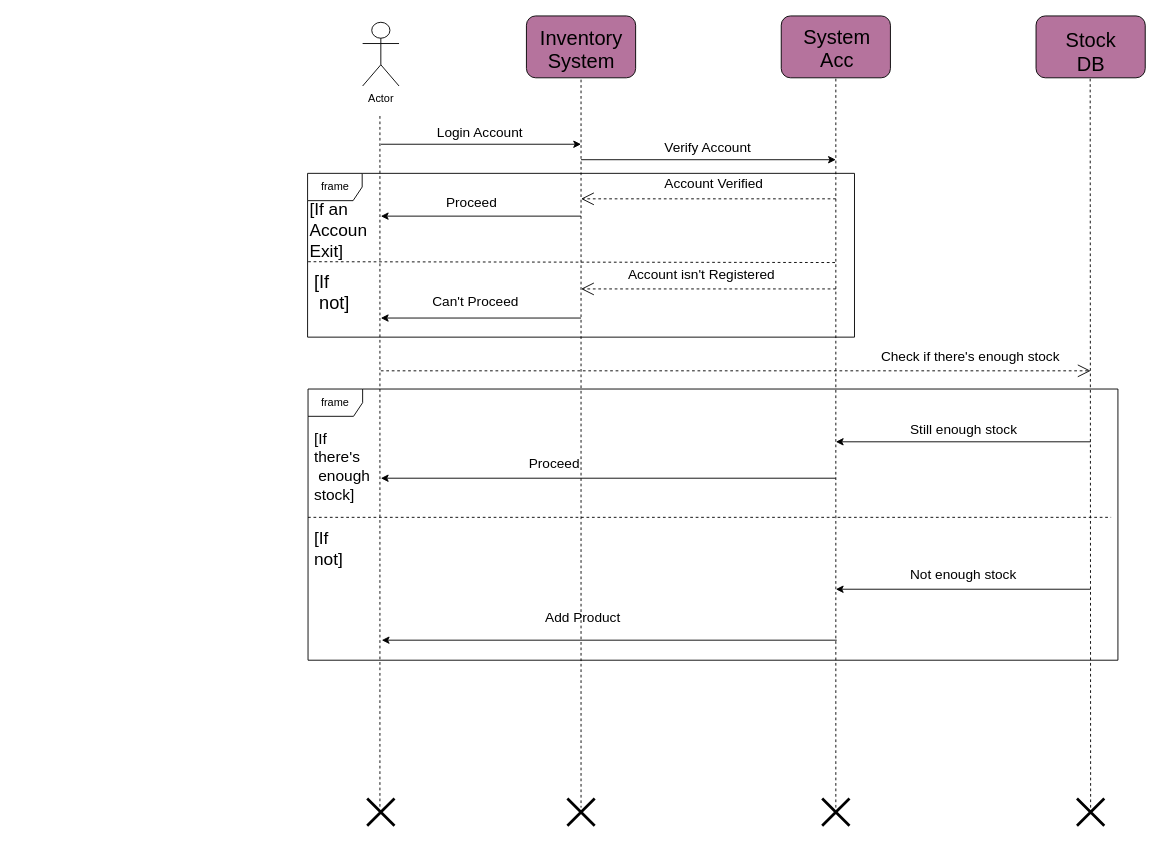
Before: sequencediagram.drawio in YouCodeSchool/ShopNow, a draw.io diagram. Source tidied: cells renumbered, new cells numbered last; positions are measured from the earlier drawing's top-left corner, leaving out a move shared by most shapes. Both pictures are drawn from the tidied source at 91%, with x=0, y=0 at pixel (308, 15).
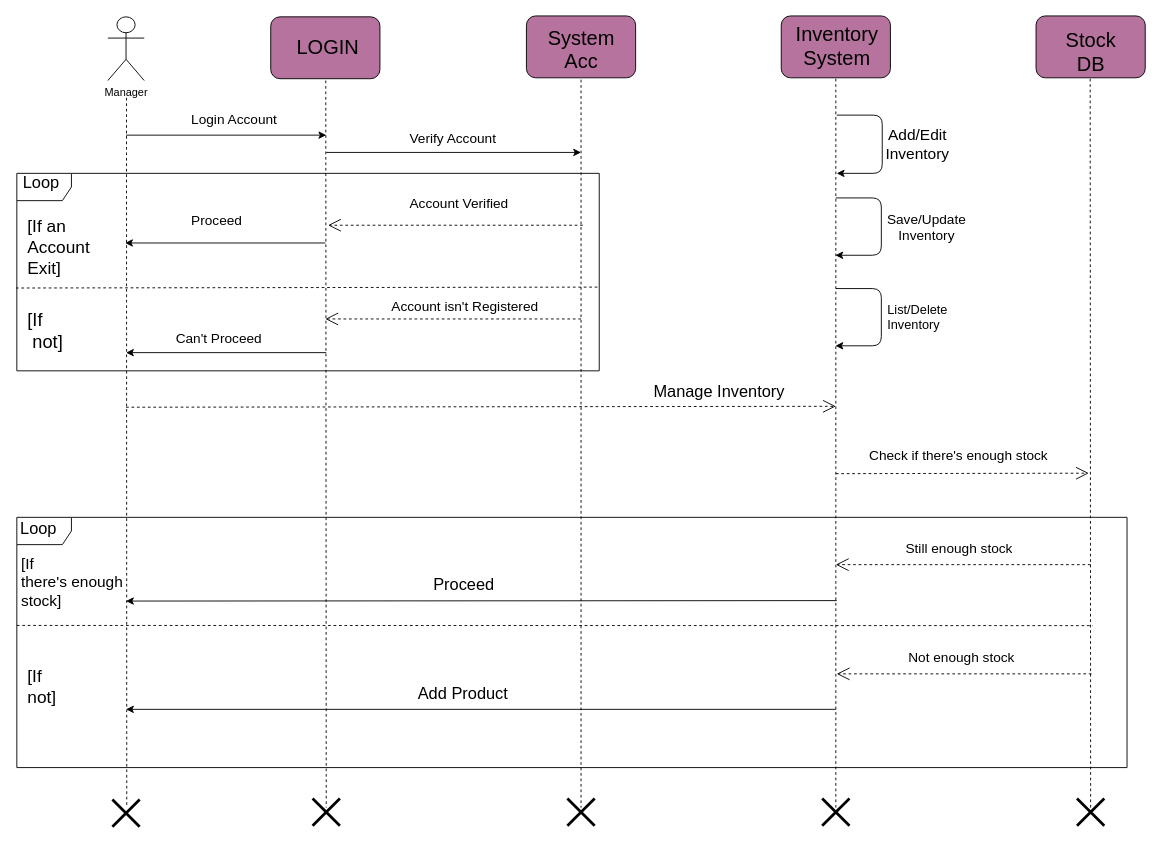
The same diagram, later.

The edit, as a diff of the source:
```diff
@@
-    <mxCell id="2" value="Actor" style="shape=umlActor;verticalLabelPosition=bottom;labelBackgroundColor=#ffffff;verticalAlign=top;html=1;" parent="1" vertex="1">
-      <mxGeometry x="60" y="7" width="40" height="70" as="geometry" />
+    <mxCell id="2" value="Manager" style="shape=umlActor;verticalLabelPosition=bottom;labelBackgroundColor=#ffffff;verticalAlign=top;html=1;" parent="1" vertex="1">
+      <mxGeometry x="-220" y="1" width="40" height="70" as="geometry" />
     </mxCell>
@@
-    <mxCell id="4" value="&lt;font style=&quot;font-size: 22px&quot;&gt;Inventory&lt;br&gt;System&lt;/font&gt;" style="text;html=1;align=center;verticalAlign=top;spacingTop=-4;fillColor=none;" parent="1" vertex="1">
-      <mxGeometry x="245" y="9" width="110" height="40" as="geometry" />
+    <mxCell id="4" value="&lt;span style=&quot;font-size: 22px&quot;&gt;System &lt;br&gt;Acc&lt;/span&gt;" style="text;html=1;align=center;verticalAlign=top;spacingTop=-4;fillColor=none;" parent="1" vertex="1">
+      <mxGeometry x="255" y="9" width="90" height="40" as="geometry" />
     </mxCell>
@@
-    <mxCell id="7" value="&lt;font style=&quot;font-size: 22px&quot;&gt;System&lt;br&gt;Acc&lt;/font&gt;" style="text;html=1;align=center;verticalAlign=top;spacingTop=-4;" parent="1" vertex="1">
-      <mxGeometry x="536" y="8" width="90" height="40" as="geometry" />
+    <mxCell id="7" value="&lt;span style=&quot;font-size: 22px&quot;&gt;Inventory &lt;br&gt;System&lt;/span&gt;" style="text;html=1;align=center;verticalAlign=top;spacingTop=-4;" parent="1" vertex="1">
+      <mxGeometry x="526" y="5" width="110" height="40" as="geometry" />
     </mxCell>
@@
     <mxCell id="10" style="endArrow=classic;html=1;" parent="1" edge="1">
       <mxGeometry relative="1" as="geometry">
-        <mxPoint x="80" y="141" as="sourcePoint" />
-        <mxPoint x="300" y="141" as="targetPoint" />
+        <mxPoint x="-200" y="131" as="sourcePoint" />
+        <mxPoint x="20" y="131" as="targetPoint" />
       </mxGeometry>
     </mxCell>
     <mxCell id="11" value="&lt;font style=&quot;font-size: 15px&quot;&gt;Login Account&lt;/font&gt;" style="text;html=1;align=left;verticalAlign=top;spacingTop=-4;" parent="1" vertex="1">
-      <mxGeometry x="140" y="116" width="110" height="20" as="geometry" />
+      <mxGeometry x="-130" y="102" width="110" height="20" as="geometry" />
     </mxCell>
@@
     <mxCell id="14" style="endArrow=classic;html=1;" parent="1" edge="1">
       <mxGeometry relative="1" as="geometry">
-        <mxPoint x="300" y="158" as="sourcePoint" />
-        <mxPoint x="580" y="158" as="targetPoint" />
+        <mxPoint x="20" y="150" as="sourcePoint" />
+        <mxPoint x="300" y="150" as="targetPoint" />
       </mxGeometry>
     </mxCell>
     <mxCell id="15" value="&lt;font style=&quot;font-size: 15px&quot;&gt;Verify Account&lt;/font&gt;" style="text;html=1;align=left;verticalAlign=top;spacingTop=-4;" parent="1" vertex="1">
-      <mxGeometry x="390" y="133" width="110" height="20" as="geometry" />
+      <mxGeometry x="110" y="122.5" width="110" height="20" as="geometry" />
     </mxCell>
-    <mxCell id="16" style="endArrow=none;dashed=1;html=1;" parent="1" edge="1">
+    <mxCell id="16" style="endArrow=none;dashed=1;html=1;entryX=0.492;entryY=0.296;entryDx=0;entryDy=0;entryPerimeter=0;" parent="1" edge="1">
       <mxGeometry relative="1" as="geometry">
-        <mxPoint x="79" y="110" as="sourcePoint" />
-        <mxPoint x="79" y="870" as="targetPoint" />
+        <mxPoint x="-199.5" y="90" as="sourcePoint" />
+        <mxPoint x="-199.2" y="869.9" as="targetPoint" />
       </mxGeometry>
     </mxCell>
-    <mxCell id="17" value="frame" style="shape=umlFrame;whiteSpace=wrap;html=1;fillColor=none;" parent="1" vertex="1">
-      <mxGeometry x="-0.5" y="173" width="601" height="180" as="geometry" />
+    <mxCell id="17" style="shape=umlFrame;whiteSpace=wrap;html=1;fillColor=none;" parent="1" vertex="1">
+      <mxGeometry x="-320" y="173" width="640" height="217" as="geometry" />
     </mxCell>
-    <mxCell id="18" style="endArrow=none;dashed=1;html=1;entryX=0.981;entryY=0.278;entryDx=0;entryDy=0;entryPerimeter=0;exitX=0.001;exitY=0.406;exitDx=0;exitDy=0;exitPerimeter=0;" parent="1" edge="1">
+    <mxCell id="18" style="endArrow=none;dashed=1;html=1;" parent="1" edge="1">
       <mxGeometry relative="1" as="geometry">
-        <mxPoint x="0.1" y="270.1" as="sourcePoint" />
-        <mxPoint x="579.8" y="271" as="targetPoint" />
+        <mxPoint x="-321" y="299" as="sourcePoint" />
+        <mxPoint x="320" y="298" as="targetPoint" />
       </mxGeometry>
     </mxCell>
     <mxCell id="19" style="endArrow=open;endSize=12;dashed=1;html=1;" parent="1" edge="1">
       <mxGeometry x="-0.12" relative="1" as="geometry">
-        <mxPoint x="580" y="201" as="sourcePoint" />
-        <mxPoint x="300" y="201" as="targetPoint" />
+        <mxPoint x="302" y="230" as="sourcePoint" />
+        <mxPoint x="22" y="230" as="targetPoint" />
       </mxGeometry>
     </mxCell>
-    <mxCell id="20" value="&lt;font style=&quot;font-size: 15px&quot;&gt;Account Verified&lt;/font&gt;" style="text;html=1;align=left;verticalAlign=top;spacingTop=-4;" parent="1" vertex="1">
-      <mxGeometry x="390" y="173" width="120" height="20" as="geometry" />
-    </mxCell>
     <mxCell id="21" style="endArrow=classic;html=1;" parent="1" edge="1">
       <mxGeometry relative="1" as="geometry">
-        <mxPoint x="300" y="220" as="sourcePoint" />
-        <mxPoint x="80" y="220" as="targetPoint" />
+        <mxPoint x="19" y="249.5" as="sourcePoint" />
+        <mxPoint x="-201" y="249.5" as="targetPoint" />
       </mxGeometry>
     </mxCell>
     <mxCell id="22" value="&lt;font style=&quot;font-size: 15px&quot;&gt;Proceed&lt;/font&gt;" style="text;html=1;align=left;verticalAlign=top;spacingTop=-4;" parent="1" vertex="1">
-      <mxGeometry x="150" y="193" width="70" height="20" as="geometry" />
+      <mxGeometry x="-130" y="212.5" width="70" height="20" as="geometry" />
     </mxCell>
     <mxCell id="23" style="endArrow=open;endSize=12;dashed=1;html=1;" parent="1" edge="1">
       <mxGeometry x="-0.12" relative="1" as="geometry">
-        <mxPoint x="580" y="300" as="sourcePoint" />
-        <mxPoint x="300" y="300" as="targetPoint" />
+        <mxPoint x="300" y="333" as="sourcePoint" />
+        <mxPoint x="19" y="333" as="targetPoint" />
       </mxGeometry>
     </mxCell>
     <mxCell id="24" value="&lt;font style=&quot;font-size: 15px&quot;&gt;Account isn't Registered&lt;/font&gt;" style="text;html=1;align=left;verticalAlign=top;spacingTop=-4;" parent="1" vertex="1">
-      <mxGeometry x="350" y="273" width="180" height="20" as="geometry" />
+      <mxGeometry x="90" y="307.5" width="180" height="20" as="geometry" />
     </mxCell>
     <mxCell id="25" style="endArrow=classic;html=1;" parent="1" edge="1">
       <mxGeometry relative="1" as="geometry">
-        <mxPoint x="300" y="332" as="sourcePoint" />
-        <mxPoint x="80" y="332" as="targetPoint" />
+        <mxPoint x="20" y="370" as="sourcePoint" />
+        <mxPoint x="-200" y="370" as="targetPoint" />
         <Array as="points">
-          <mxPoint x="300" y="332" />
+          <mxPoint x="20" y="370" />
         </Array>
       </mxGeometry>
     </mxCell>
     <mxCell id="26" value="&lt;font style=&quot;font-size: 15px&quot;&gt;Can't Proceed&lt;/font&gt;" style="text;html=1;align=left;verticalAlign=top;spacingTop=-4;" parent="1" vertex="1">
-      <mxGeometry x="135" y="301.5" width="110" height="20" as="geometry" />
+      <mxGeometry x="-147" y="342.5" width="110" height="20" as="geometry" />
     </mxCell>
-    <mxCell id="27" value="&lt;font style=&quot;font-size: 19px&quot;&gt;[If an&lt;br&gt;Accoun &lt;br&gt;Exit]&lt;/font&gt;" style="text;html=1;align=left;verticalAlign=top;spacingTop=-4;" parent="1" vertex="1">
-      <mxGeometry y="199" width="80" height="50" as="geometry" />
+    <mxCell id="27" value="&lt;font style=&quot;font-size: 19px&quot;&gt;[If an&lt;br&gt;Account&lt;br&gt;Exit]&lt;/font&gt;" style="text;html=1;align=left;verticalAlign=top;spacingTop=-4;" parent="1" vertex="1">
+      <mxGeometry x="-310" y="218" width="80" height="50" as="geometry" />
     </mxCell>
     <mxCell id="28" value="&lt;font style=&quot;font-size: 20px&quot;&gt;[If&lt;br&gt;&amp;nbsp;not]&lt;/font&gt;" style="text;html=1;align=left;verticalAlign=top;spacingTop=-4;" parent="1" vertex="1">
-      <mxGeometry x="5" y="277" width="50" height="40" as="geometry" />
+      <mxGeometry x="-310" y="319" width="50" height="40" as="geometry" />
     </mxCell>
     <mxCell id="29" style="endArrow=open;endSize=12;dashed=1;html=1;" parent="1" edge="1">
       <mxGeometry x="-0.12" relative="1" as="geometry">
-        <mxPoint x="80" y="390" as="sourcePoint" />
-        <mxPoint x="860" y="390" as="targetPoint" />
+        <mxPoint x="580" y="503" as="sourcePoint" />
+        <mxPoint x="858" y="502.5" as="targetPoint" />
       </mxGeometry>
     </mxCell>
-    <mxCell id="30" style="endArrow=classic;html=1;" parent="1" edge="1">
-      <mxGeometry relative="1" as="geometry">
-        <mxPoint x="860" y="468" as="sourcePoint" />
-        <mxPoint x="580" y="468" as="targetPoint" />
-      </mxGeometry>
-    </mxCell>
     <mxCell id="31" value="&lt;font style=&quot;font-size: 15px&quot;&gt;Not enough stock&lt;/font&gt;" style="text;html=1;align=left;verticalAlign=top;spacingTop=-4;" parent="1" vertex="1">
-      <mxGeometry x="660" y="602" width="130" height="20" as="geometry" />
+      <mxGeometry x="658" y="694" width="130" height="20" as="geometry" />
     </mxCell>
     <mxCell id="32" value="&lt;font style=&quot;font-size: 15px&quot;&gt;Still enough stock&lt;/font&gt;" style="text;html=1;align=left;verticalAlign=top;spacingTop=-4;" parent="1" vertex="1">
-      <mxGeometry x="660" y="443" width="130" height="20" as="geometry" />
+      <mxGeometry x="655" y="574" width="130" height="20" as="geometry" />
     </mxCell>
     <mxCell id="33" style="endArrow=classic;html=1;" parent="1" edge="1">
       <mxGeometry relative="1" as="geometry">
-        <mxPoint x="580" y="508" as="sourcePoint" />
-        <mxPoint x="80" y="508" as="targetPoint" />
+        <mxPoint x="581" y="642.5" as="sourcePoint" />
+        <mxPoint x="-200" y="643" as="targetPoint" />
       </mxGeometry>
     </mxCell>
-    <mxCell id="34" style="endArrow=none;dashed=1;html=1;" parent="1" edge="1">
+    <mxCell id="34" style="endArrow=none;dashed=1;html=1;exitX=0;exitY=0.432;exitDx=0;exitDy=0;exitPerimeter=0;" parent="1" edge="1" source="39">
       <mxGeometry relative="1" as="geometry">
-        <mxPoint y="551" as="sourcePoint" />
-        <mxPoint x="882.5" y="551" as="targetPoint" />
+        <mxPoint x="862.5" y="670" as="targetPoint" />
       </mxGeometry>
     </mxCell>
-    <mxCell id="35" style="endArrow=classic;html=1;" parent="1" edge="1">
-      <mxGeometry relative="1" as="geometry">
-        <mxPoint x="860" y="630" as="sourcePoint" />
-        <mxPoint x="580" y="630" as="targetPoint" />
-      </mxGeometry>
-    </mxCell>
-    <mxCell id="36" value="&lt;span style=&quot;font-size: 15px&quot;&gt;Proceed&lt;/span&gt;" style="text;html=1;align=left;verticalAlign=top;spacingTop=-4;" parent="1" vertex="1">
-      <mxGeometry x="241" y="480" width="70" height="20" as="geometry" />
+    <mxCell id="36" value="&lt;span style=&quot;font-size: 18px;&quot;&gt;Proceed&lt;/span&gt;" style="text;html=1;align=left;verticalAlign=top;spacingTop=-4;fontSize=18;" parent="1" vertex="1">
+      <mxGeometry x="136" y="612" width="70" height="20" as="geometry" />
     </mxCell>
     <mxCell id="37" style="endArrow=classic;html=1;" parent="1" edge="1">
       <mxGeometry relative="1" as="geometry">
-        <mxPoint x="581" y="686" as="sourcePoint" />
-        <mxPoint x="81" y="686" as="targetPoint" />
+        <mxPoint x="580" y="762" as="sourcePoint" />
+        <mxPoint x="-200" y="762" as="targetPoint" />
       </mxGeometry>
     </mxCell>
-    <mxCell id="38" value="&lt;span style=&quot;font-size: 15px&quot;&gt;Add Product&lt;/span&gt;" style="text;html=1;align=left;verticalAlign=top;spacingTop=-4;" parent="1" vertex="1">
-      <mxGeometry x="259" y="650" width="100" height="20" as="geometry" />
+    <mxCell id="38" value="&lt;span style=&quot;font-size: 18px;&quot;&gt;Add Product&lt;/span&gt;" style="text;html=1;align=left;verticalAlign=top;spacingTop=-4;fontSize=18;" parent="1" vertex="1">
+      <mxGeometry x="118.5" y="732" width="100" height="20" as="geometry" />
     </mxCell>
-    <mxCell id="39" value="frame" style="shape=umlFrame;whiteSpace=wrap;html=1;fillColor=none;" parent="1" vertex="1">
-      <mxGeometry y="410" width="890" height="298" as="geometry" />
+    <mxCell id="39" style="shape=umlFrame;whiteSpace=wrap;html=1;fillColor=none;" parent="1" vertex="1">
+      <mxGeometry x="-320" y="551" width="1220" height="275" as="geometry" />
     </mxCell>
-    <mxCell id="40" value="&lt;font style=&quot;font-size: 17px&quot;&gt;[If &lt;br&gt;there's&lt;br&gt;&amp;nbsp;enough&lt;br&gt;stock]&lt;/font&gt;" style="text;html=1;align=left;verticalAlign=top;spacingTop=-4;" parent="1" vertex="1">
-      <mxGeometry x="5" y="453" width="80" height="60" as="geometry" />
+    <mxCell id="40" value="&lt;font style=&quot;font-size: 17px&quot;&gt;[If &lt;br&gt;there's enough&lt;br&gt;stock]&lt;/font&gt;" style="text;html=1;align=left;verticalAlign=top;spacingTop=-4;" parent="1" vertex="1">
+      <mxGeometry x="-317" y="590" width="130" height="50" as="geometry" />
     </mxCell>
     <mxCell id="41" value="&lt;font style=&quot;font-size: 19px&quot;&gt;[If&lt;br&gt;not]&lt;/font&gt;" style="text;html=1;align=left;verticalAlign=top;spacingTop=-4;" parent="1" vertex="1">
-      <mxGeometry x="5" y="561" width="50" height="30" as="geometry" />
+      <mxGeometry x="-310" y="712" width="50" height="30" as="geometry" />
     </mxCell>
     <mxCell id="42" style="shape=umlDestroy;whiteSpace=wrap;html=1;strokeWidth=3;fillColor=none;" parent="1" vertex="1">
-      <mxGeometry x="65" y="860" width="30" height="30" as="geometry" />
+      <mxGeometry x="-215" y="861" width="30" height="30" as="geometry" />
     </mxCell>
@@
     <mxCell id="46" value="&lt;font style=&quot;font-size: 15px&quot;&gt;Check if there's enough stock&lt;/font&gt;" style="text;html=1;align=left;verticalAlign=top;spacingTop=-4;" parent="1" vertex="1">
-      <mxGeometry x="628" y="363" width="210" height="20" as="geometry" />
+      <mxGeometry x="615" y="472" width="210" height="20" as="geometry" />
     </mxCell>
+    <mxCell id="47" style="rounded=1;whiteSpace=wrap;html=1;fillColor=#B5739D;" parent="1" vertex="1">
+      <mxGeometry x="-41" y="1" width="120" height="68" as="geometry" />
+    </mxCell>
+    <mxCell id="48" value="LOGIN" style="text;html=1;strokeColor=none;fillColor=none;align=center;verticalAlign=middle;whiteSpace=wrap;rounded=0;strokeWidth=3;fontSize=22;" parent="1" vertex="1">
+      <mxGeometry x="2" y="25" width="40" height="20" as="geometry" />
+    </mxCell>
+    <mxCell id="49" style="edgeStyle=elbowEdgeStyle;elbow=horizontal;endArrow=classic;html=1;fontSize=22;" parent="1" edge="1">
+      <mxGeometry relative="1" as="geometry">
+        <mxPoint x="581" y="109" as="sourcePoint" />
+        <mxPoint x="581" y="173" as="targetPoint" />
+        <Array as="points">
+          <mxPoint x="631" y="153" />
+        </Array>
+      </mxGeometry>
+    </mxCell>
+    <mxCell id="50" style="edgeStyle=segmentEdgeStyle;endArrow=classic;html=1;fontSize=22;" parent="1" edge="1">
+      <mxGeometry relative="1" as="geometry">
+        <mxPoint x="580" y="200" as="sourcePoint" />
+        <mxPoint x="579.5" y="263" as="targetPoint" />
+        <Array as="points">
+          <mxPoint x="580" y="200" />
+          <mxPoint x="630" y="200" />
+          <mxPoint x="630" y="263" />
+        </Array>
+      </mxGeometry>
+    </mxCell>
+    <mxCell id="51" value="Add/Edit Inventory" style="text;html=1;strokeColor=none;fillColor=none;align=center;verticalAlign=middle;whiteSpace=wrap;rounded=0;fontSize=17;" parent="1" vertex="1">
+      <mxGeometry x="650" y="131.5" width="40" height="20" as="geometry" />
+    </mxCell>
+    <mxCell id="52" value="Save/Update&lt;br style=&quot;font-size: 15px;&quot;&gt;Inventory" style="text;html=1;strokeColor=none;fillColor=none;align=center;verticalAlign=middle;whiteSpace=wrap;rounded=0;fontSize=15;" parent="1" vertex="1">
+      <mxGeometry x="660" y="221.5" width="40" height="20" as="geometry" />
+    </mxCell>
+    <mxCell id="53" style="edgeStyle=segmentEdgeStyle;endArrow=classic;html=1;fontSize=22;" parent="1" edge="1">
+      <mxGeometry relative="1" as="geometry">
+        <mxPoint x="580.1" y="299.6" as="sourcePoint" />
+        <mxPoint x="579.6" y="362.5" as="targetPoint" />
+        <Array as="points">
+          <mxPoint x="580" y="299.5" />
+          <mxPoint x="630" y="299.5" />
+          <mxPoint x="630" y="362.5" />
+        </Array>
+      </mxGeometry>
+    </mxCell>
+    <mxCell id="54" value="List/Delete&lt;br style=&quot;font-size: 14px;&quot;&gt;Inventory" style="text;html=1;align=left;verticalAlign=top;spacingTop=-4;fontSize=14;" parent="1" vertex="1">
+      <mxGeometry x="635" y="311.5" width="90" height="40" as="geometry" />
+    </mxCell>
+    <mxCell id="55" style="endArrow=open;endSize=12;dashed=1;html=1;" parent="1" edge="1">
+      <mxGeometry x="-0.12" relative="1" as="geometry">
+        <mxPoint x="-200" y="430" as="sourcePoint" />
+        <mxPoint x="580" y="429" as="targetPoint" />
+      </mxGeometry>
+    </mxCell>
+    <mxCell id="20" value="&lt;font style=&quot;font-size: 15px&quot;&gt;Account Verified&lt;/font&gt;" style="text;html=1;align=left;verticalAlign=top;spacingTop=-4;" parent="1" vertex="1">
+      <mxGeometry x="110" y="195" width="120" height="20" as="geometry" />
+    </mxCell>
+    <mxCell id="56" style="endArrow=none;dashed=1;html=1;" parent="1" edge="1">
+      <mxGeometry relative="1" as="geometry">
+        <mxPoint x="19.5" y="71" as="sourcePoint" />
+        <mxPoint x="20" y="870" as="targetPoint" />
+      </mxGeometry>
+    </mxCell>
+    <mxCell id="57" style="shape=umlDestroy;whiteSpace=wrap;html=1;strokeWidth=3;fillColor=none;" parent="1" vertex="1">
+      <mxGeometry x="5" y="860" width="30" height="30" as="geometry" />
+    </mxCell>
+    <mxCell id="58" style="endArrow=open;endSize=12;dashed=1;html=1;" parent="1" edge="1">
+      <mxGeometry x="-0.12" relative="1" as="geometry">
+        <mxPoint x="860" y="603" as="sourcePoint" />
+        <mxPoint x="580" y="603" as="targetPoint" />
+      </mxGeometry>
+    </mxCell>
+    <mxCell id="59" style="endArrow=open;endSize=12;dashed=1;html=1;" parent="1" edge="1">
+      <mxGeometry x="-0.12" relative="1" as="geometry">
+        <mxPoint x="861" y="723" as="sourcePoint" />
+        <mxPoint x="581" y="723" as="targetPoint" />
+      </mxGeometry>
+    </mxCell>
+    <mxCell id="60" value="Manage Inventory&amp;nbsp;" style="text;html=1;align=left;verticalAlign=top;spacingTop=-4;fontSize=18;" parent="1" vertex="1">
+      <mxGeometry x="378" y="400" width="160" height="20" as="geometry" />
+    </mxCell>
+    <mxCell id="61" value="Loop" style="text;html=1;align=left;verticalAlign=top;spacingTop=-4;fontSize=18;" parent="1" vertex="1">
+      <mxGeometry x="-315" y="171" width="60" height="20" as="geometry" />
+    </mxCell>
+    <mxCell id="62" value="Loop" style="text;html=1;align=left;verticalAlign=top;spacingTop=-4;fontSize=18;" parent="1" vertex="1">
+      <mxGeometry x="-318" y="551" width="60" height="20" as="geometry" />
+    </mxCell>
```
